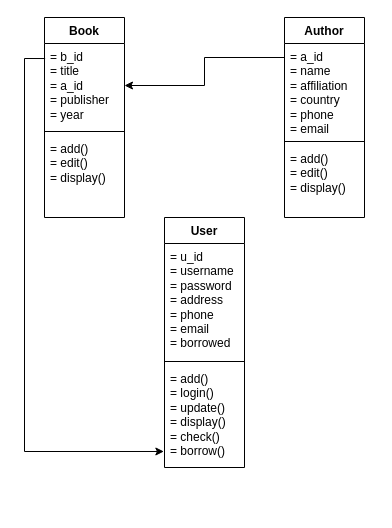
Above: Library Diagram.drawio in jxndvs13/OOP (draw.io), before the change. Source tidied: cells renumbered, new cells numbered last; positions are measured from the earlier drawing's top-left corner, leaving out a move shared by most shapes. Both pictures are drawn from the tidied source at 100%, with x=0, y=0 at pixel (44, 17).
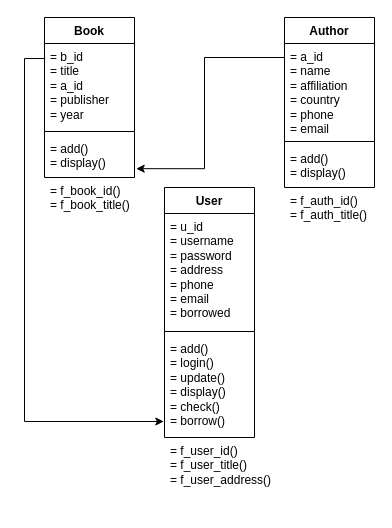
The same page after the edit.

What changed in the source:
```diff
@@
     <mxCell id="2" value="Book" style="swimlane;fontStyle=1;align=center;verticalAlign=top;horizontal=1;startSize=26;whiteSpace=wrap;html=1;" parent="1" vertex="1">
-      <mxGeometry width="80" height="200" as="geometry" />
+      <mxGeometry width="90" height="160" as="geometry" />
     </mxCell>
     <mxCell id="3" value="= b_id&lt;div&gt;= title&lt;/div&gt;&lt;div&gt;= a_id&lt;/div&gt;&lt;div&gt;= publisher&lt;/div&gt;&lt;div&gt;= year&lt;/div&gt;" style="text;strokeColor=none;fillColor=none;align=left;verticalAlign=top;spacingLeft=4;spacingRight=4;overflow=hidden;points=[[0,0.5],[1,0.5]];portConstraint=eastwest;whiteSpace=wrap;html=1;" parent="2" vertex="1">
-      <mxGeometry y="26" width="80" height="84" as="geometry" />
+      <mxGeometry y="26" width="90" height="84" as="geometry" />
     </mxCell>
-    <mxCell id="4" style="line;strokeWidth=1;fillColor=none;align=left;verticalAlign=middle;spacingTop=-1;spacingLeft=3;spacingRight=3;labelPosition=right;strokeColor=inherit;" parent="2" vertex="1">
-      <mxGeometry y="110" width="80" height="8" as="geometry" />
-    </mxCell>
-    <mxCell id="5" value="&lt;div&gt;= add()&lt;/div&gt;&lt;div&gt;= edit()&lt;/div&gt;&lt;div&gt;= display()&lt;/div&gt;" style="text;strokeColor=none;fillColor=none;align=left;verticalAlign=top;spacingLeft=4;spacingRight=4;overflow=hidden;whiteSpace=wrap;html=1;" parent="2" vertex="1">
-      <mxGeometry y="118" width="80" height="82" as="geometry" />
-    </mxCell>
+    <mxCell id="16" style="line;strokeWidth=1;fillColor=none;align=left;verticalAlign=middle;spacingTop=-1;spacingLeft=3;spacingRight=3;labelPosition=right;strokeColor=inherit;" parent="2" vertex="1">
+      <mxGeometry y="110" width="90" height="8" as="geometry" />
+    </mxCell>
+    <mxCell id="17" value="&lt;div&gt;= add()&lt;/div&gt;&lt;div&gt;&lt;span style=&quot;background-color: transparent; color: light-dark(rgb(0, 0, 0), rgb(255, 255, 255));&quot;&gt;= display()&lt;br&gt;&lt;/span&gt;&lt;/div&gt;" style="text;strokeColor=none;fillColor=none;align=left;verticalAlign=top;spacingLeft=4;spacingRight=4;overflow=hidden;points=[[0,0.5],[1,0.5]];portConstraint=eastwest;whiteSpace=wrap;html=1;" parent="2" vertex="1">
+      <mxGeometry y="118" width="90" height="42" as="geometry" />
+    </mxCell>
     <mxCell id="6" value="Author" style="swimlane;fontStyle=1;align=center;verticalAlign=top;horizontal=1;startSize=26;whiteSpace=wrap;html=1;" parent="1" vertex="1">
-      <mxGeometry x="240" width="80" height="200" as="geometry" />
+      <mxGeometry x="240" width="90" height="170" as="geometry" />
     </mxCell>
     <mxCell id="7" value="= a_id&lt;br&gt;&lt;div&gt;= name&lt;/div&gt;&lt;div&gt;= affiliation&lt;/div&gt;&lt;div&gt;= country&lt;/div&gt;&lt;div&gt;= phone&lt;/div&gt;&lt;div&gt;= email&lt;/div&gt;" style="text;strokeColor=none;fillColor=none;align=left;verticalAlign=top;spacingLeft=4;spacingRight=4;overflow=hidden;points=[[0,0.5],[1,0.5]];portConstraint=eastwest;whiteSpace=wrap;html=1;" parent="6" vertex="1">
-      <mxGeometry y="26" width="80" height="94" as="geometry" />
+      <mxGeometry y="26" width="90" height="94" as="geometry" />
     </mxCell>
-    <mxCell id="8" style="line;strokeWidth=1;fillColor=none;align=left;verticalAlign=middle;spacingTop=-1;spacingLeft=3;spacingRight=3;labelPosition=right;strokeColor=inherit;" parent="6" vertex="1">
-      <mxGeometry y="120" width="80" height="8" as="geometry" />
-    </mxCell>
-    <mxCell id="9" value="= add()&lt;div&gt;= edit()&lt;/div&gt;&lt;div&gt;= display()&lt;/div&gt;" style="text;strokeColor=none;fillColor=none;align=left;verticalAlign=top;spacingLeft=4;spacingRight=4;overflow=hidden;whiteSpace=wrap;html=1;" parent="6" vertex="1">
-      <mxGeometry y="128" width="80" height="72" as="geometry" />
-    </mxCell>
+    <mxCell id="18" style="line;strokeWidth=1;fillColor=none;align=left;verticalAlign=middle;spacingTop=-1;spacingLeft=3;spacingRight=3;labelPosition=right;strokeColor=inherit;" parent="6" vertex="1">
+      <mxGeometry y="120" width="90" height="8" as="geometry" />
+    </mxCell>
+    <mxCell id="19" value="= add()&lt;div&gt;&lt;span style=&quot;background-color: transparent; color: light-dark(rgb(0, 0, 0), rgb(255, 255, 255));&quot;&gt;= display()&lt;/span&gt;&lt;/div&gt;" style="text;strokeColor=none;fillColor=none;align=left;verticalAlign=top;spacingLeft=4;spacingRight=4;overflow=hidden;whiteSpace=wrap;html=1;" parent="6" vertex="1">
+      <mxGeometry y="128" width="90" height="42" as="geometry" />
+    </mxCell>
     <mxCell id="10" value="User" style="swimlane;fontStyle=1;align=center;verticalAlign=top;horizontal=1;startSize=26;whiteSpace=wrap;html=1;" parent="1" vertex="1">
-      <mxGeometry x="120" y="200" width="80" height="250" as="geometry" />
+      <mxGeometry x="120" y="170" width="90" height="250" as="geometry" />
     </mxCell>
     <mxCell id="11" value="= u_id&lt;div&gt;= username&lt;/div&gt;&lt;div&gt;= password&lt;/div&gt;&lt;div&gt;= address&lt;/div&gt;&lt;div&gt;= phone&lt;/div&gt;&lt;div&gt;= email&lt;/div&gt;&lt;div&gt;= borrowed&lt;/div&gt;" style="text;strokeColor=none;fillColor=none;align=left;verticalAlign=top;spacingLeft=4;spacingRight=4;overflow=hidden;whiteSpace=wrap;html=1;" parent="10" vertex="1">
-      <mxGeometry y="26" width="80" height="114" as="geometry" />
+      <mxGeometry y="26" width="90" height="114" as="geometry" />
     </mxCell>
-    <mxCell id="12" style="line;strokeWidth=1;fillColor=none;align=left;verticalAlign=middle;spacingTop=-1;spacingLeft=3;spacingRight=3;labelPosition=right;strokeColor=inherit;" parent="10" vertex="1">
-      <mxGeometry y="140" width="80" height="8" as="geometry" />
-    </mxCell>
+    <mxCell id="20" style="line;strokeWidth=1;fillColor=none;align=left;verticalAlign=middle;spacingTop=-1;spacingLeft=3;spacingRight=3;labelPosition=right;strokeColor=inherit;" parent="10" vertex="1">
+      <mxGeometry y="140" width="90" height="8" as="geometry" />
+    </mxCell>
     <mxCell id="13" value="= add()&lt;div&gt;= login()&lt;/div&gt;&lt;div&gt;= update()&lt;/div&gt;&lt;div&gt;= display()&lt;/div&gt;&lt;div&gt;= check()&lt;/div&gt;&lt;div&gt;= borrow()&lt;/div&gt;" style="text;strokeColor=none;fillColor=none;align=left;verticalAlign=top;spacingLeft=4;spacingRight=4;overflow=hidden;points=[[0,0.5],[1,0.5]];portConstraint=eastwest;whiteSpace=wrap;html=1;" parent="10" vertex="1">
-      <mxGeometry y="148" width="80" height="102" as="geometry" />
+      <mxGeometry y="148" width="90" height="102" as="geometry" />
     </mxCell>
-    <mxCell id="14" style="edgeStyle=orthogonalEdgeStyle;rounded=0;jettySize=auto;html=1;exitX=0;exitY=0.149;exitDx=0;exitDy=0;exitPerimeter=0;entryX=1;entryY=0.5;entryDx=0;entryDy=0;" parent="1" edge="1" source="7" target="3">
-      <mxGeometry relative="1" as="geometry" />
-    </mxCell>
+    <mxCell id="21" style="edgeStyle=orthogonalEdgeStyle;rounded=0;jettySize=auto;html=1;exitX=0;exitY=0.149;exitDx=0;exitDy=0;exitPerimeter=0;entryX=1.019;entryY=0.79;entryDx=0;entryDy=0;entryPerimeter=0;" parent="1" edge="1" source="7" target="17">
+      <mxGeometry relative="1" as="geometry">
+        <Array as="points">
+          <mxPoint x="160" y="40" />
+          <mxPoint x="160" y="151" />
+        </Array>
+      </mxGeometry>
+    </mxCell>
@@
+    <mxCell id="22" value="= f_book_id()&lt;div&gt;= f_book_title()&lt;/div&gt;" style="text;strokeColor=none;fillColor=none;align=left;verticalAlign=top;spacingLeft=4;spacingRight=4;overflow=hidden;whiteSpace=wrap;html=1;" parent="1" vertex="1">
+      <mxGeometry y="160" width="90" height="40" as="geometry" />
+    </mxCell>
+    <mxCell id="23" value="= f_auth_id()&lt;div&gt;= f_auth_title()&lt;/div&gt;" style="text;strokeColor=none;fillColor=none;align=left;verticalAlign=top;spacingLeft=4;spacingRight=4;overflow=hidden;whiteSpace=wrap;html=1;" parent="1" vertex="1">
+      <mxGeometry x="240" y="170" width="90" height="40" as="geometry" />
+    </mxCell>
+    <mxCell id="24" value="= f_user_id()&lt;div&gt;= f_user_title()&lt;/div&gt;&lt;div&gt;= f_user_address()&lt;/div&gt;" style="text;strokeColor=none;fillColor=none;align=left;verticalAlign=top;spacingLeft=4;spacingRight=4;overflow=hidden;whiteSpace=wrap;html=1;" parent="1" vertex="1">
+      <mxGeometry x="120" y="420" width="120" height="70" as="geometry" />
+    </mxCell>
```
